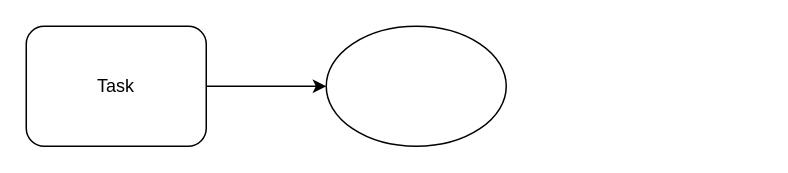
Earlier version of the draw.io diagram Tugas Akhir Kel 4.drawio (ataupikr/plti-kelompok-4). Source tidied: cells renumbered, new cells numbered last; positions are measured from the earlier drawing's top-left corner, leaving out a move shared by most shapes. Both pictures are drawn from the tidied source at 150%, with x=0, y=0 at pixel (26, 26).
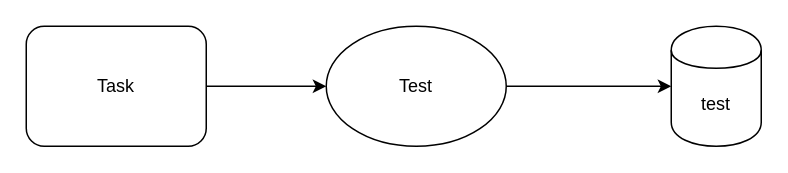
The same diagram, later.

Change to the diagram source:
```diff
@@
 <mxGraphModel>
   <root>
     <mxCell id="0" />
     <mxCell id="1" parent="0" />
     <mxCell id="2" style="edgeStyle=orthogonalEdgeStyle;rounded=0;jettySize=auto;html=1;" parent="1" edge="1" source="3" target="4">
       <mxGeometry relative="1" as="geometry" />
     </mxCell>
     <mxCell id="3" value="Task" style="shape=ext;rounded=1;html=1;whiteSpace=wrap;" parent="1" vertex="1">
       <mxGeometry width="120" height="80" as="geometry" />
     </mxCell>
+    <mxCell id="5" style="edgeStyle=orthogonalEdgeStyle;rounded=0;jettySize=auto;html=1;" parent="1" edge="1" source="4" target="6">
+      <mxGeometry relative="1" as="geometry" />
+    </mxCell>
-    <mxCell id="4" style="ellipse;whiteSpace=wrap;html=1;rounded=1;" parent="1" vertex="1">
+    <mxCell id="4" value="Test" style="ellipse;whiteSpace=wrap;html=1;rounded=1;" parent="1" vertex="1">
       <mxGeometry x="200" width="120" height="80" as="geometry" />
     </mxCell>
+    <mxCell id="6" value="test" style="shape=cylinder;whiteSpace=wrap;html=1;boundedLbl=1;backgroundOutline=1;rounded=1;" parent="1" vertex="1">
+      <mxGeometry x="430" width="60" height="80" as="geometry" />
+    </mxCell>
   </root>
 </mxGraphModel>
```
